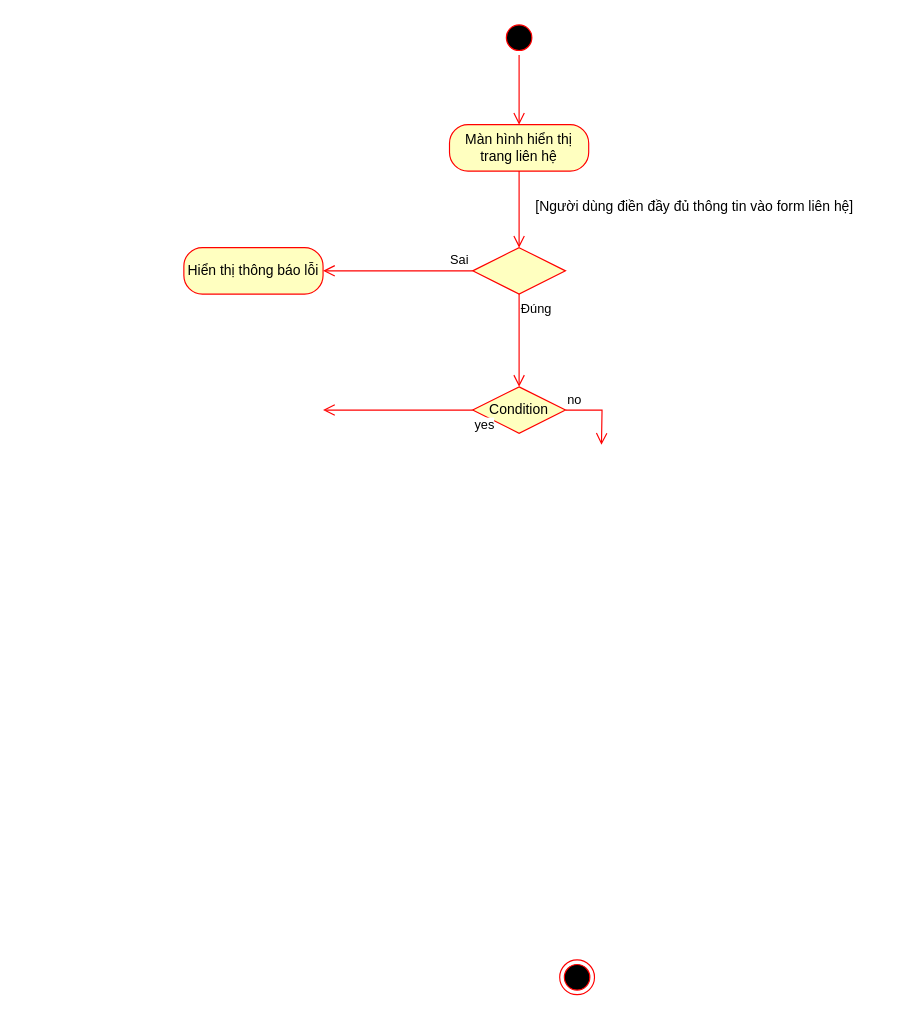
This is SAD Diagrams/login_signup_activity_diagram.drawio from hvt299/do_an_co_so_2, a draw.io file, before an edit. Source tidied: cells renumbered, new cells numbered last; positions are measured from the earlier drawing's top-left corner, leaving out a move shared by most shapes. Both pictures are drawn from the tidied source at 116%, with x=0, y=0 at pixel (183, 20).
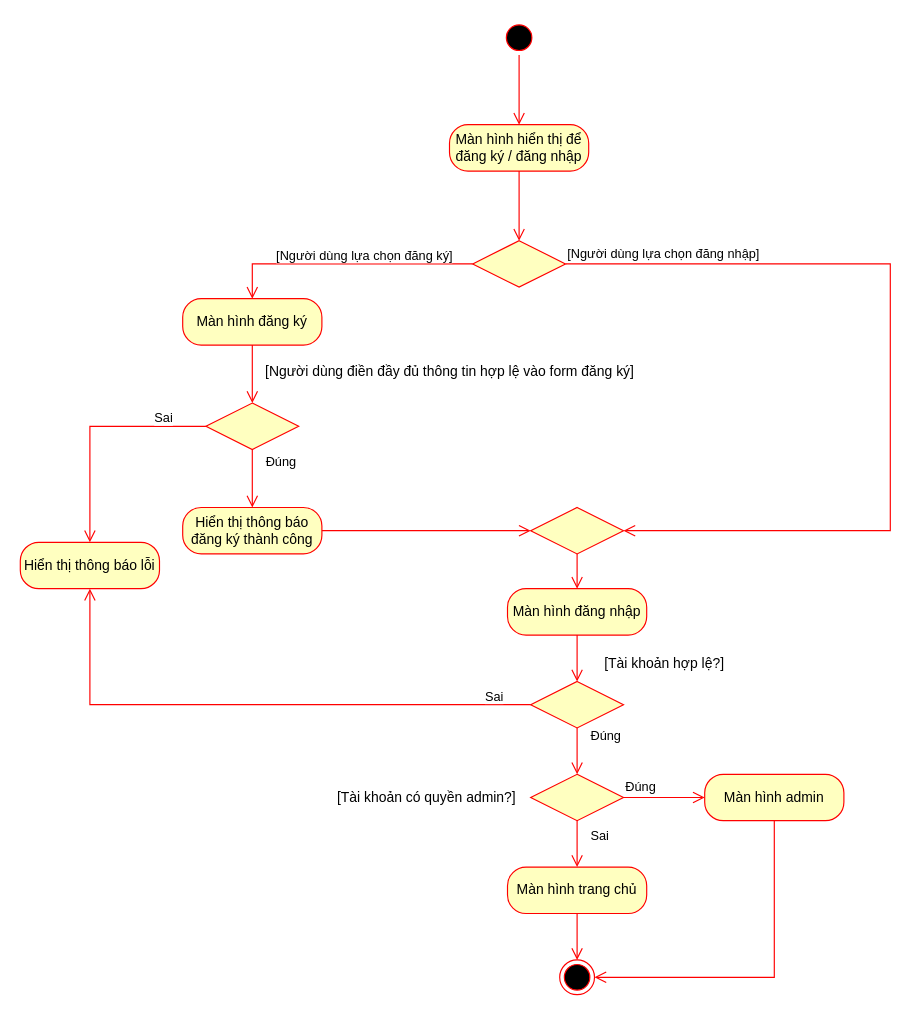
After the change.

Commit message (it also covers changes not shown here):
Sửa: Login&Signup, Thêm: Profile, Contact

Unchanged cells that the change refers to:
```xml
<mxCell id="6" style="ellipse;html=1;shape=endState;fillColor=#000000;strokeColor=#ff0000;" parent="1" vertex="1">
  <mxGeometry x="324" y="810" width="30" height="30" as="geometry" />
</mxCell>
```

The edit, as a diff of the source:
```diff
@@
-    <mxCell id="4" value="Màn hình hiển thị trang liên hệ" style="rounded=1;whiteSpace=wrap;html=1;arcSize=40;fontColor=#000000;fillColor=#ffffc0;strokeColor=#ff0000;" parent="1" vertex="1">
+    <mxCell id="4" value="Màn hình hiển thị để đăng ký / đăng nhập" style="rounded=1;whiteSpace=wrap;html=1;arcSize=40;fontColor=#000000;fillColor=#ffffc0;strokeColor=#ff0000;" parent="1" vertex="1">
       <mxGeometry x="229" y="90" width="120" height="40" as="geometry" />
     </mxCell>
-    <mxCell id="5" style="edgeStyle=orthogonalEdgeStyle;html=1;verticalAlign=bottom;endArrow=open;endSize=8;strokeColor=#ff0000;rounded=0;entryX=0.5;entryY=0;entryDx=0;entryDy=0;" parent="1" edge="1" source="4" target="7">
+    <mxCell id="5" style="edgeStyle=orthogonalEdgeStyle;html=1;verticalAlign=bottom;endArrow=open;endSize=8;strokeColor=#ff0000;rounded=0;entryX=0.5;entryY=0;entryDx=0;entryDy=0;" parent="1" edge="1" source="4" target="15">
       <mxGeometry relative="1" as="geometry" />
     </mxCell>
+    <mxCell id="15" style="rhombus;whiteSpace=wrap;html=1;fontColor=#000000;fillColor=#ffffc0;strokeColor=#ff0000;" parent="1" vertex="1">
+      <mxGeometry x="249" y="190" width="80" height="40" as="geometry" />
+    </mxCell>
+    <mxCell id="16" value="[Người dùng lựa chọn đăng nhập]" style="edgeStyle=orthogonalEdgeStyle;html=1;align=left;verticalAlign=bottom;endArrow=open;endSize=8;strokeColor=#ff0000;rounded=0;entryX=1;entryY=0.5;entryDx=0;entryDy=0;" parent="1" edge="1" source="15" target="26">
+      <mxGeometry x="-1" relative="1" as="geometry">
+        <Array as="points">
+          <mxPoint x="609" y="210" />
+          <mxPoint x="609" y="440" />
+        </Array>
+      </mxGeometry>
+    </mxCell>
+    <mxCell id="17" value="[Người dùng lựa chọn đăng ký]" style="edgeStyle=orthogonalEdgeStyle;html=1;align=left;verticalAlign=top;endArrow=open;endSize=8;strokeColor=#ff0000;rounded=0;exitX=0;exitY=0.5;exitDx=0;exitDy=0;entryX=0.5;entryY=0;entryDx=0;entryDy=0;" parent="1" edge="1" source="15" target="18">
+      <mxGeometry x="0.55" y="-20" relative="1" as="geometry" />
+    </mxCell>
+    <mxCell id="18" value="Màn hình đăng ký" style="rounded=1;whiteSpace=wrap;html=1;arcSize=40;fontColor=#000000;fillColor=#ffffc0;strokeColor=#ff0000;" parent="1" vertex="1">
+      <mxGeometry x="-1" y="240" width="120" height="40" as="geometry" />
+    </mxCell>
+    <mxCell id="19" style="edgeStyle=orthogonalEdgeStyle;html=1;verticalAlign=bottom;endArrow=open;endSize=8;strokeColor=#ff0000;rounded=0;entryX=0.5;entryY=0;entryDx=0;entryDy=0;" parent="1" edge="1" source="18" target="20">
+      <mxGeometry relative="1" as="geometry" />
+    </mxCell>
+    <mxCell id="20" style="rhombus;whiteSpace=wrap;html=1;fontColor=#000000;fillColor=#ffffc0;strokeColor=#ff0000;" parent="1" vertex="1">
+      <mxGeometry x="19" y="330" width="80" height="40" as="geometry" />
+    </mxCell>
+    <mxCell id="21" value="Đúng" style="edgeStyle=orthogonalEdgeStyle;html=1;align=left;verticalAlign=bottom;endArrow=open;endSize=8;strokeColor=#ff0000;rounded=0;exitX=0.5;exitY=1;exitDx=0;exitDy=0;entryX=0.5;entryY=0;entryDx=0;entryDy=0;" parent="1" edge="1" source="20" target="24">
+      <mxGeometry x="-0.2" y="10" relative="1" as="geometry" />
+    </mxCell>
+    <mxCell id="22" value="Sai" style="edgeStyle=orthogonalEdgeStyle;html=1;align=left;verticalAlign=top;endArrow=open;endSize=8;strokeColor=#ff0000;rounded=0;exitX=0;exitY=0.5;exitDx=0;exitDy=0;entryX=0.5;entryY=0;entryDx=0;entryDy=0;" parent="1" edge="1" source="20" target="11">
+      <mxGeometry x="-0.54" y="-20" relative="1" as="geometry" />
+    </mxCell>
+    <mxCell id="23" value="[Người dùng điền đầy đủ thông tin hợp lệ vào form đăng ký]" style="text;html=1;align=center;verticalAlign=middle;strokeColor=none;fillColor=none;" parent="1" vertex="1">
+      <mxGeometry x="59" y="288" width="340" height="30" as="geometry" />
+    </mxCell>
+    <mxCell id="24" value="Hiển thị thông báo đăng ký thành công" style="rounded=1;whiteSpace=wrap;html=1;arcSize=40;fontColor=#000000;fillColor=#ffffc0;strokeColor=#ff0000;" parent="1" vertex="1">
+      <mxGeometry x="-1" y="420" width="120" height="40" as="geometry" />
+    </mxCell>
+    <mxCell id="25" style="edgeStyle=orthogonalEdgeStyle;html=1;verticalAlign=bottom;endArrow=open;endSize=8;strokeColor=#ff0000;rounded=0;entryX=0;entryY=0.5;entryDx=0;entryDy=0;" parent="1" edge="1" source="24" target="26">
+      <mxGeometry relative="1" as="geometry" />
+    </mxCell>
+    <mxCell id="11" value="Hiển thị thông báo lỗi" style="rounded=1;whiteSpace=wrap;html=1;arcSize=40;fontColor=#000000;fillColor=#ffffc0;strokeColor=#ff0000;" parent="1" vertex="1">
+      <mxGeometry x="-141" y="450" width="120" height="40" as="geometry" />
+    </mxCell>
+    <mxCell id="26" style="rhombus;whiteSpace=wrap;html=1;fontColor=#000000;fillColor=#ffffc0;strokeColor=#ff0000;" parent="1" vertex="1">
+      <mxGeometry x="299" y="420" width="80" height="40" as="geometry" />
+    </mxCell>
+    <mxCell id="27" style="edgeStyle=orthogonalEdgeStyle;html=1;align=left;verticalAlign=top;endArrow=open;endSize=8;strokeColor=#ff0000;rounded=0;entryX=0.5;entryY=0;entryDx=0;entryDy=0;" parent="1" edge="1" source="26" target="28">
+      <mxGeometry x="-1" relative="1" as="geometry" />
+    </mxCell>
+    <mxCell id="28" value="Màn hình đăng nhập" style="rounded=1;whiteSpace=wrap;html=1;arcSize=40;fontColor=#000000;fillColor=#ffffc0;strokeColor=#ff0000;" parent="1" vertex="1">
+      <mxGeometry x="279" y="490" width="120" height="40" as="geometry" />
+    </mxCell>
+    <mxCell id="29" style="edgeStyle=orthogonalEdgeStyle;html=1;verticalAlign=bottom;endArrow=open;endSize=8;strokeColor=#ff0000;rounded=0;entryX=0.5;entryY=0;entryDx=0;entryDy=0;" parent="1" edge="1" source="28" target="30">
+      <mxGeometry relative="1" as="geometry" />
+    </mxCell>
+    <mxCell id="30" style="rhombus;whiteSpace=wrap;html=1;fontColor=#000000;fillColor=#ffffc0;strokeColor=#ff0000;" parent="1" vertex="1">
+      <mxGeometry x="299" y="570" width="80" height="40" as="geometry" />
+    </mxCell>
+    <mxCell id="31" value="Đúng" style="edgeStyle=orthogonalEdgeStyle;html=1;align=left;verticalAlign=bottom;endArrow=open;endSize=8;strokeColor=#ff0000;rounded=0;entryX=0.5;entryY=0;entryDx=0;entryDy=0;" parent="1" edge="1" source="30" target="34">
+      <mxGeometry x="-0.21" y="10" relative="1" as="geometry" />
+    </mxCell>
+    <mxCell id="32" value="Sai" style="edgeStyle=orthogonalEdgeStyle;html=1;align=left;verticalAlign=top;endArrow=open;endSize=8;strokeColor=#ff0000;rounded=0;entryX=0.5;entryY=1;entryDx=0;entryDy=0;" parent="1" edge="1" source="30" target="11">
+      <mxGeometry x="-0.83" y="-20" relative="1" as="geometry" />
+    </mxCell>
+    <mxCell id="33" value="[Tài khoản hợp lệ?]" style="text;html=1;align=center;verticalAlign=middle;strokeColor=none;fillColor=none;" parent="1" vertex="1">
+      <mxGeometry x="349" y="540" width="130" height="30" as="geometry" />
+    </mxCell>
+    <mxCell id="34" style="rhombus;whiteSpace=wrap;html=1;fontColor=#000000;fillColor=#ffffc0;strokeColor=#ff0000;" parent="1" vertex="1">
+      <mxGeometry x="299" y="650" width="80" height="40" as="geometry" />
+    </mxCell>
+    <mxCell id="35" value="Đúng" style="edgeStyle=orthogonalEdgeStyle;html=1;align=left;verticalAlign=bottom;endArrow=open;endSize=8;strokeColor=#ff0000;rounded=0;entryX=0;entryY=0.5;entryDx=0;entryDy=0;" parent="1" edge="1" source="34" target="40">
+      <mxGeometry x="-1" relative="1" as="geometry" />
+    </mxCell>
+    <mxCell id="36" value="Sai" style="edgeStyle=orthogonalEdgeStyle;html=1;align=left;verticalAlign=top;endArrow=open;endSize=8;strokeColor=#ff0000;rounded=0;entryX=0.5;entryY=0;entryDx=0;entryDy=0;" parent="1" edge="1" source="34" target="38">
+      <mxGeometry x="-1" y="10" relative="1" as="geometry" />
+    </mxCell>
+    <mxCell id="37" value="[Tài khoản có quyền admin?]" style="text;html=1;align=center;verticalAlign=middle;strokeColor=none;fillColor=none;" parent="1" vertex="1">
+      <mxGeometry x="119" y="655" width="180" height="30" as="geometry" />
+    </mxCell>
+    <mxCell id="38" value="Màn hình trang chủ" style="rounded=1;whiteSpace=wrap;html=1;arcSize=40;fontColor=#000000;fillColor=#ffffc0;strokeColor=#ff0000;" parent="1" vertex="1">
+      <mxGeometry x="279" y="730" width="120" height="40" as="geometry" />
+    </mxCell>
+    <mxCell id="39" style="edgeStyle=orthogonalEdgeStyle;html=1;verticalAlign=bottom;endArrow=open;endSize=8;strokeColor=#ff0000;rounded=0;entryX=0.5;entryY=0;entryDx=0;entryDy=0;" parent="1" edge="1" source="38" target="6">
+      <mxGeometry relative="1" as="geometry" />
+    </mxCell>
@@
-    <mxCell id="7" style="rhombus;whiteSpace=wrap;html=1;fontColor=#000000;fillColor=#ffffc0;strokeColor=#ff0000;" parent="1" vertex="1">
-      <mxGeometry x="249" y="196" width="80" height="40" as="geometry" />
-    </mxCell>
-    <mxCell id="8" value="Sai" style="edgeStyle=orthogonalEdgeStyle;html=1;align=left;verticalAlign=bottom;endArrow=open;endSize=8;strokeColor=#ff0000;rounded=0;entryX=1;entryY=0.5;entryDx=0;entryDy=0;" parent="1" edge="1" source="7" target="11">
-      <mxGeometry x="-0.68" relative="1" as="geometry" />
-    </mxCell>
-    <mxCell id="9" value="Đúng" style="edgeStyle=orthogonalEdgeStyle;html=1;align=left;verticalAlign=top;endArrow=open;endSize=8;strokeColor=#ff0000;rounded=0;entryX=0.5;entryY=0;entryDx=0;entryDy=0;" parent="1" edge="1" source="7" target="12">
-      <mxGeometry x="-1" relative="1" as="geometry" />
-    </mxCell>
-    <mxCell id="10" value="[Người dùng điền đầy đủ thông tin vào form liên hệ]" style="text;html=1;align=center;verticalAlign=middle;strokeColor=none;fillColor=none;" parent="1" vertex="1">
-      <mxGeometry x="290" y="146" width="300" height="30" as="geometry" />
-    </mxCell>
-    <mxCell id="11" value="Hiển thị thông báo lỗi" style="rounded=1;whiteSpace=wrap;html=1;arcSize=40;fontColor=#000000;fillColor=#ffffc0;strokeColor=#ff0000;" parent="1" vertex="1">
-      <mxGeometry y="196" width="120" height="40" as="geometry" />
-    </mxCell>
-    <mxCell id="12" value="Condition" style="rhombus;whiteSpace=wrap;html=1;fontColor=#000000;fillColor=#ffffc0;strokeColor=#ff0000;" parent="1" vertex="1">
-      <mxGeometry x="249" y="316" width="80" height="40" as="geometry" />
-    </mxCell>
-    <mxCell id="13" value="no" style="edgeStyle=orthogonalEdgeStyle;html=1;align=left;verticalAlign=bottom;endArrow=open;endSize=8;strokeColor=#ff0000;rounded=0;" parent="1" edge="1" source="12">
-      <mxGeometry x="-1" relative="1" as="geometry">
-        <mxPoint x="360" y="366" as="targetPoint" />
-      </mxGeometry>
-    </mxCell>
-    <mxCell id="14" value="yes" style="edgeStyle=orthogonalEdgeStyle;html=1;align=left;verticalAlign=top;endArrow=open;endSize=8;strokeColor=#ff0000;rounded=0;" parent="1" edge="1" source="12">
-      <mxGeometry x="-1" relative="1" as="geometry">
-        <mxPoint x="120" y="336" as="targetPoint" />
-      </mxGeometry>
-    </mxCell>
+    <mxCell id="40" value="Màn hình admin" style="rounded=1;whiteSpace=wrap;html=1;arcSize=40;fontColor=#000000;fillColor=#ffffc0;strokeColor=#ff0000;" parent="1" vertex="1">
+      <mxGeometry x="449" y="650" width="120" height="40" as="geometry" />
+    </mxCell>
+    <mxCell id="41" style="edgeStyle=orthogonalEdgeStyle;html=1;verticalAlign=bottom;endArrow=open;endSize=8;strokeColor=#ff0000;rounded=0;entryX=1;entryY=0.5;entryDx=0;entryDy=0;" parent="1" edge="1" source="40" target="6">
+      <mxGeometry relative="1" as="geometry">
+        <Array as="points">
+          <mxPoint x="509" y="825" />
+        </Array>
+      </mxGeometry>
+    </mxCell>
```
